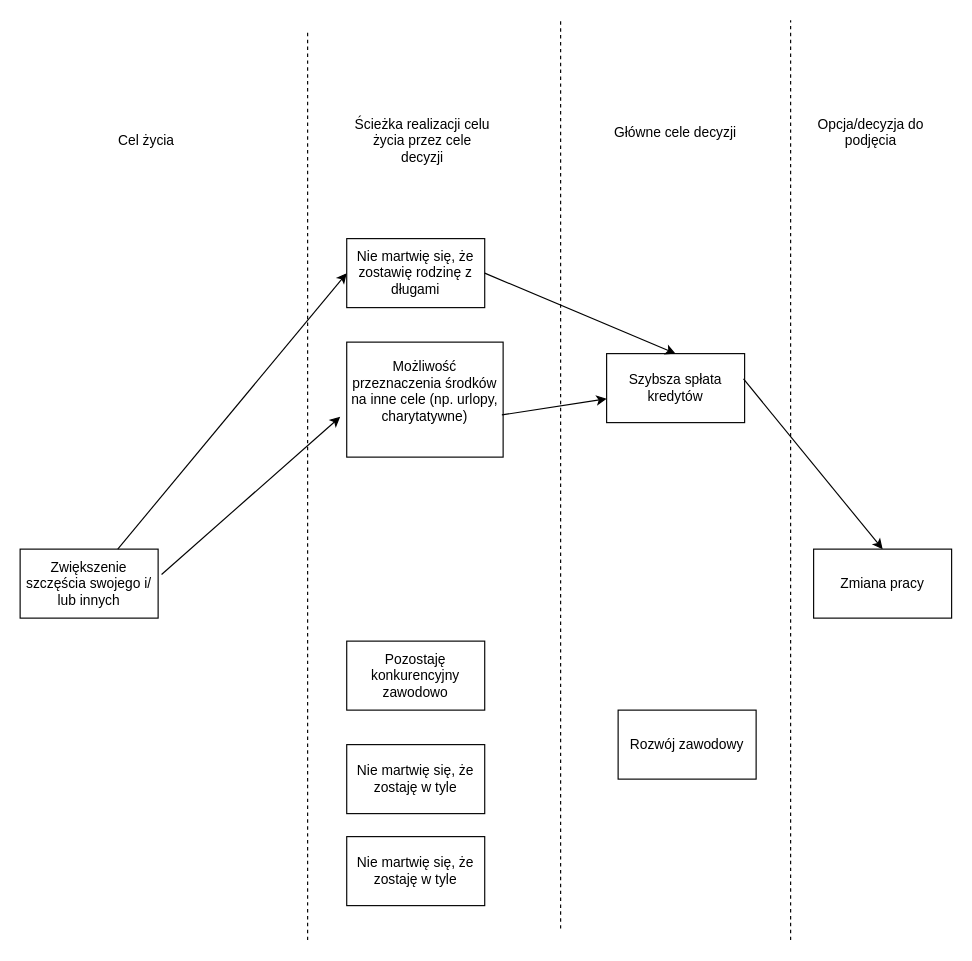
Above: Untitled Diagram.drawio in wpietron/fazi (draw.io), before the change. Source tidied: cells renumbered, new cells numbered last; positions are measured from the earlier drawing's top-left corner, leaving out a move shared by most shapes. Both pictures are drawn from the tidied source at 115%, with x=0, y=0 at pixel (20, 20).
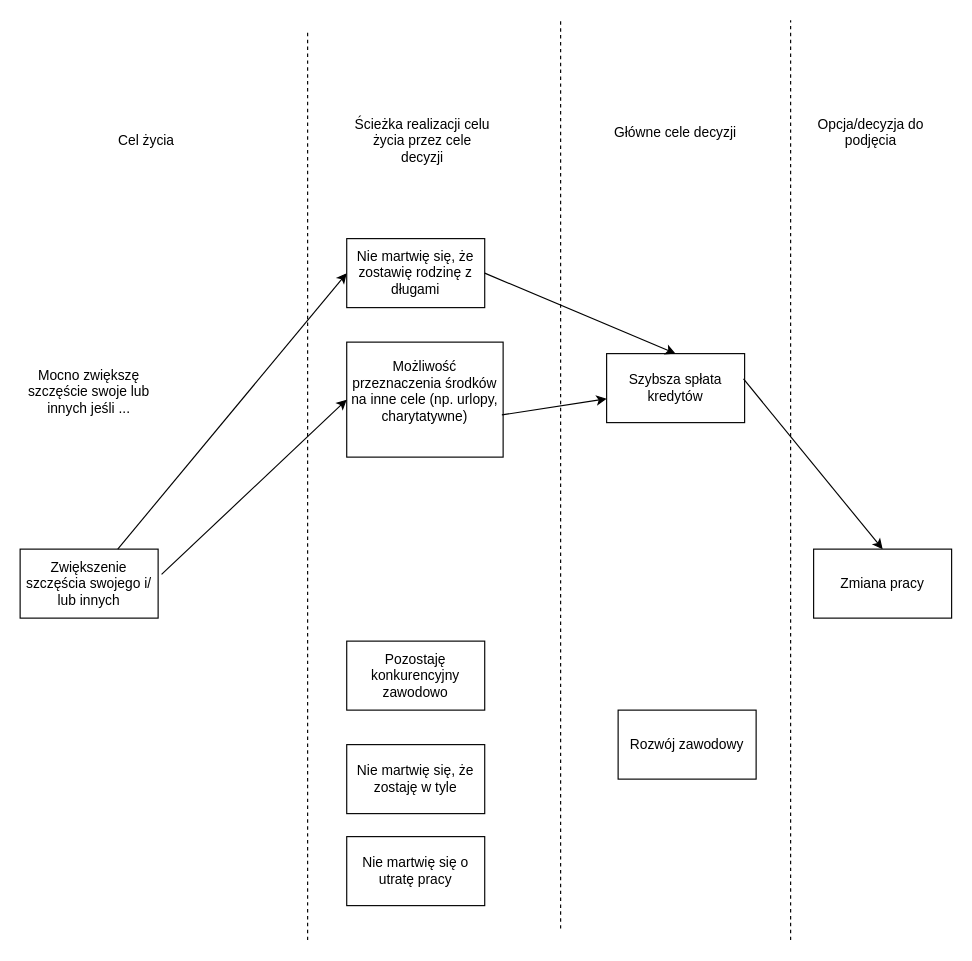
After the change.

Unchanged cells that the change refers to:
```xml
<mxCell id="3" value="&lt;div&gt;Zwiększenie szczęścia swojego i/&lt;/div&gt;&lt;div&gt;lub innych&lt;/div&gt;" style="rounded=0;whiteSpace=wrap;html=1;" parent="1" vertex="1">
  <mxGeometry y="460" width="120" height="60" as="geometry" />
</mxCell>
<mxCell id="8" value="&lt;div&gt;Możliwość przeznaczenia środków na inne cele (np. urlopy, charytatywne)&lt;/div&gt;&lt;div&gt;&lt;br&gt;&lt;/div&gt;" style="rounded=0;whiteSpace=wrap;html=1;" parent="1" vertex="1">
  <mxGeometry x="284" y="280" width="136" height="100" as="geometry" />
</mxCell>
```

Diff of the diagram source:
```diff
@@
-    <mxCell id="16" style="endArrow=classic;html=1;exitX=1.025;exitY=0.367;exitDx=0;exitDy=0;exitPerimeter=0;entryX=-0.042;entryY=0.65;entryDx=0;entryDy=0;entryPerimeter=0;" parent="1" edge="1" source="3" target="8">
+    <mxCell id="16" style="endArrow=classic;html=1;exitX=1.025;exitY=0.367;exitDx=0;exitDy=0;exitPerimeter=0;entryX=0;entryY=0.5;entryDx=0;entryDy=0;" parent="1" edge="1" source="3" target="8">
       <mxGeometry relative="1" as="geometry" />
     </mxCell>
@@
-    <mxCell id="22" value="&lt;div&gt;Nie martwię się, że zostaję w tyle&lt;/div&gt;" style="rounded=0;whiteSpace=wrap;html=1;" parent="1" vertex="1">
+    <mxCell id="22" value="Nie martwię się o utratę pracy" style="rounded=0;whiteSpace=wrap;html=1;" parent="1" vertex="1">
       <mxGeometry x="284" y="710" width="120" height="60" as="geometry" />
     </mxCell>
+    <mxCell id="23" value="&lt;div&gt;Mocno zwiększę szczęście swoje lub innych jeśli ...&lt;/div&gt;&lt;div&gt;&lt;br&gt;&lt;/div&gt;" style="text;html=1;strokeColor=none;fillColor=none;align=center;verticalAlign=middle;whiteSpace=wrap;rounded=0;" parent="1" vertex="1">
+      <mxGeometry y="275" width="120" height="110" as="geometry" />
+    </mxCell>
```
